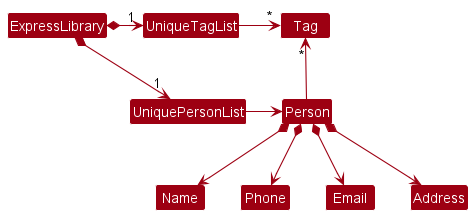
Earlier version of the PlantUML export docs/images/BetterModelClassDiagram.png (nus-cs2103-AY2223S2/tp).
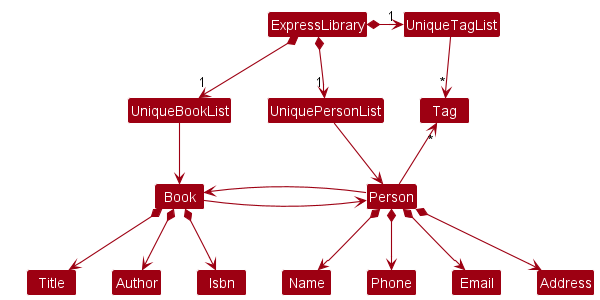
The same file after the commit.

What changed in the source:
```diff
@@ -6,16 +6,27 @@
 
 ExpressLibrary *-right-> "1" UniquePersonList
 ExpressLibrary *-right-> "1" UniqueTagList
-UniqueTagList -[hidden]down- UniquePersonList
-UniqueTagList -[hidden]down- UniquePersonList
+ExpressLibrary *-down-> "1" UniqueBookList
+UniqueTagList -down-> "*" Tag
+UniquePersonList -down-> Person
+UniqueBookList -down-> Book
 
-UniqueTagList -right-> "*" Tag
-UniquePersonList -right-> Person
+class HiddenClass #FFFFFF
+
 
 Person -up-> "*" Tag
-
+Book -> Person
+Person -> Book
 Person *--> Name
 Person *--> Phone
 Person *--> Email
 Person *--> Address
+
+Book *--> Title
+Book *--> Author
+Book *--> Isbn
+
+UniqueBookList -[hidden]right-> UniquePersonList
+Person -[hidden]up-> UniqueTagList
+Book -[hidden]up-> HiddenClass
 @enduml
```
